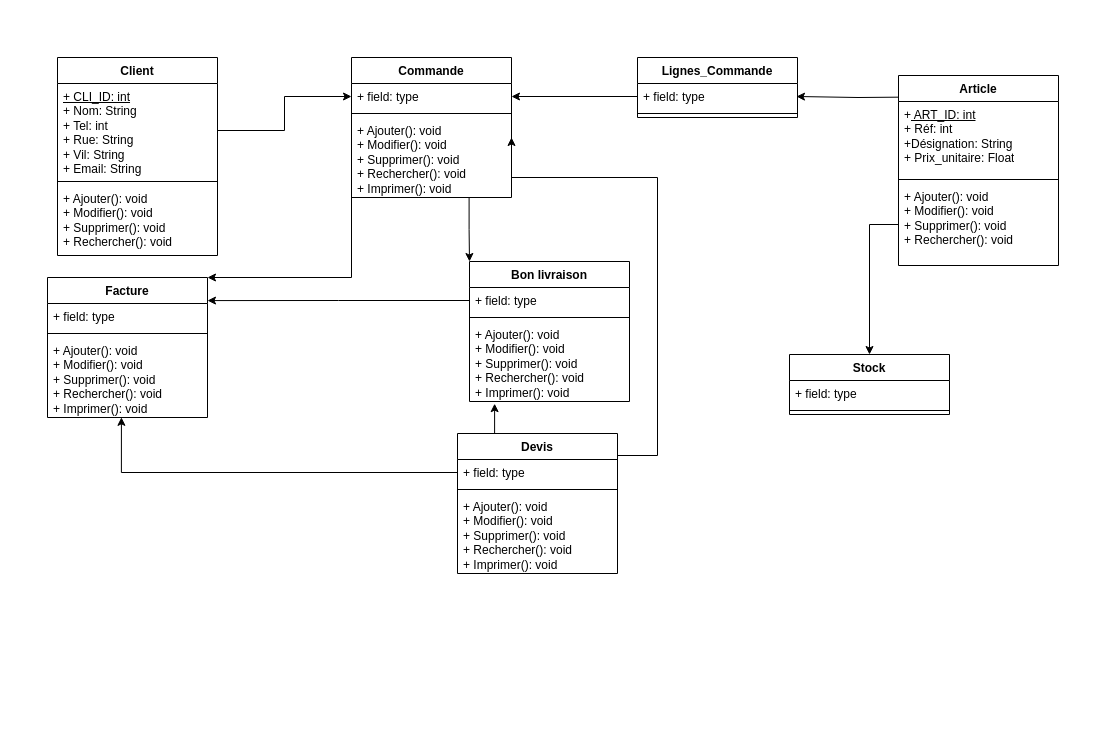
This is diagrammeclasseerp.drawio from labidimahdi/diagrams, a draw.io file, before an edit. Source tidied: cells renumbered, new cells numbered last; positions are measured from the earlier drawing's top-left corner, leaving out a move shared by most shapes. Both pictures are drawn from the tidied source at 100%, with x=0, y=0 at pixel (47, 57).
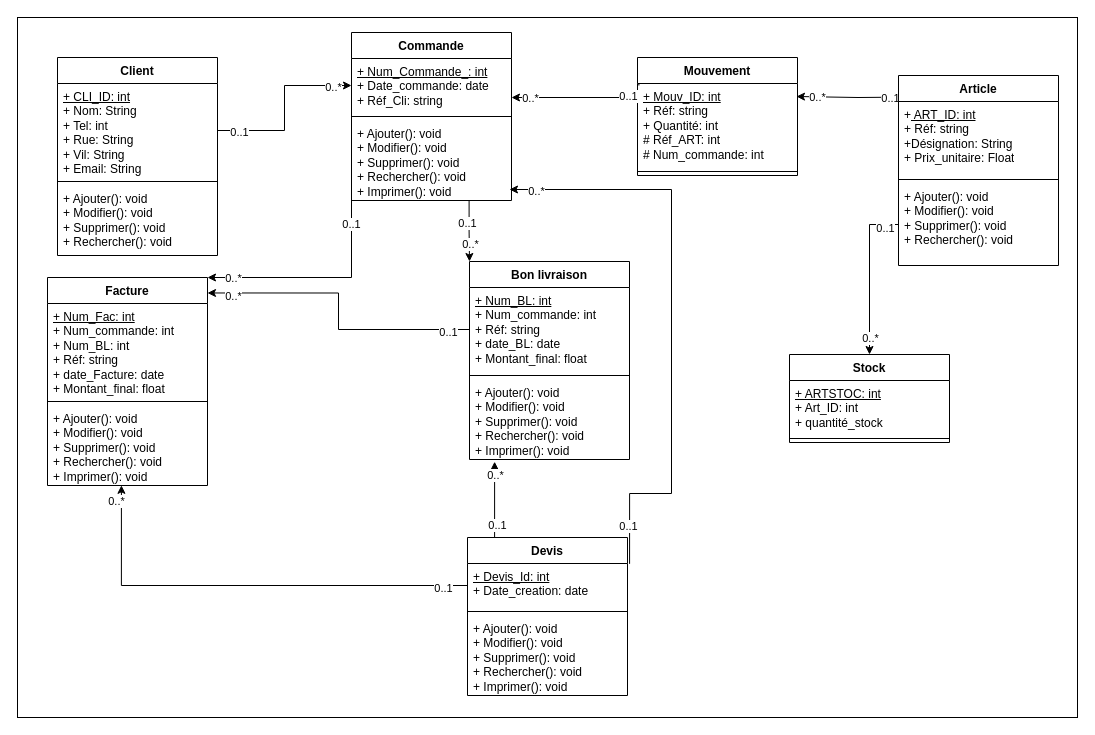
Above is the later version.

Commit message (it also covers changes not shown here):
Mettre à jour diagrammeclasseerp.drawio

Unchanged cells that the change refers to:
```xml
<mxCell id="6" style="edgeStyle=orthogonalEdgeStyle;rounded=0;jettySize=auto;html=1;exitX=0.735;exitY=0.995;exitDx=0;exitDy=0;entryX=0;entryY=0;entryDx=0;entryDy=0;exitPerimeter=0;" parent="1" edge="1" source="10" target="35">
  <mxGeometry relative="1" as="geometry" />
</mxCell>
<mxCell id="14" style="rounded=0;orthogonalLoop=1;jettySize=auto;html=1;exitX=0;exitY=0.25;exitDx=0;exitDy=0;entryX=1;entryY=0.5;entryDx=0;entryDy=0;edgeStyle=orthogonalEdgeStyle;" parent="1" edge="1">
  <mxGeometry relative="1" as="geometry">
    <mxPoint x="871" y="39.5" as="sourcePoint" />
    <mxPoint x="749" y="39" as="targetPoint" />
  </mxGeometry>
</mxCell>
<mxCell id="15" value="Article" style="swimlane;fontStyle=1;align=center;verticalAlign=top;horizontal=1;startSize=26;whiteSpace=wrap;html=1;" parent="1" vertex="1">
  <mxGeometry x="851" y="18" width="160" height="190" as="geometry" />
</mxCell>
<mxCell id="26" style="edgeStyle=orthogonalEdgeStyle;rounded=0;jettySize=auto;html=1;exitX=1;exitY=0.5;exitDx=0;exitDy=0;" parent="1" edge="1" source="3" target="8">
  <mxGeometry relative="1" as="geometry" />
</mxCell>
<mxCell id="28" style="edgeStyle=orthogonalEdgeStyle;rounded=0;jettySize=auto;html=1;exitX=0;exitY=0.5;exitDx=0;exitDy=0;entryX=0.5;entryY=0;entryDx=0;entryDy=0;" parent="1" edge="1" source="18" target="23">
  <mxGeometry relative="1" as="geometry" />
</mxCell>
<mxCell id="39" style="edgeStyle=orthogonalEdgeStyle;rounded=0;jettySize=auto;html=1;exitX=0;exitY=0.5;exitDx=0;exitDy=0;entryX=1;entryY=0;entryDx=0;entryDy=0;" parent="1" edge="1" source="10" target="19">
  <mxGeometry relative="1" as="geometry">
    <Array as="points">
      <mxPoint x="304" y="220" />
    </Array>
  </mxGeometry>
</mxCell>
<mxCell id="40" style="edgeStyle=orthogonalEdgeStyle;rounded=0;jettySize=auto;html=1;exitX=0;exitY=0.5;exitDx=0;exitDy=0;entryX=1;entryY=-0.112;entryDx=0;entryDy=0;entryPerimeter=0;" parent="1" edge="1" source="36" target="20">
  <mxGeometry relative="1" as="geometry" />
</mxCell>
<mxCell id="41" style="edgeStyle=orthogonalEdgeStyle;rounded=0;jettySize=auto;html=1;exitX=0;exitY=0.5;exitDx=0;exitDy=0;entryX=0.462;entryY=0.998;entryDx=0;entryDy=0;entryPerimeter=0;" parent="1" edge="1" source="32" target="22">
  <mxGeometry relative="1" as="geometry" />
</mxCell>
```

The edit, as a diff of the source:
```diff
@@
+    <mxCell id="42" style="rounded=0;whiteSpace=wrap;html=1;" parent="1" vertex="1">
+      <mxGeometry x="-30" y="-40" width="1060" height="700" as="geometry" />
+    </mxCell>
@@
+    <mxCell id="43" value="0..1" style="edgeLabel;html=1;align=center;verticalAlign=middle;" parent="6" vertex="1">
+      <mxGeometry x="-0.25" y="-2" relative="1" as="geometry" />
+    </mxCell>
+    <mxCell id="44" value="0..*" style="edgeLabel;html=1;align=center;verticalAlign=middle;" parent="6" vertex="1">
+      <mxGeometry x="0.42" relative="1" as="geometry" />
+    </mxCell>
     <mxCell id="7" value="Commande" style="swimlane;fontStyle=1;align=center;verticalAlign=top;horizontal=1;startSize=26;whiteSpace=wrap;html=1;" parent="1" vertex="1">
-      <mxGeometry x="304" width="160" height="140" as="geometry" />
+      <mxGeometry x="304" y="-25" width="160" height="168" as="geometry" />
     </mxCell>
-    <mxCell id="8" value="+ field: type" style="text;strokeColor=none;fillColor=none;align=left;verticalAlign=top;spacingLeft=4;spacingRight=4;overflow=hidden;points=[[0,0.5],[1,0.5]];portConstraint=eastwest;whiteSpace=wrap;html=1;" parent="7" vertex="1">
-      <mxGeometry y="26" width="160" height="26" as="geometry" />
+    <mxCell id="8" value="&lt;u&gt;+ Num_Commande_: int&lt;/u&gt;&lt;br&gt;+ Date_commande: date&lt;br&gt;+ Réf_Cli: string" style="text;strokeColor=none;fillColor=none;align=left;verticalAlign=top;spacingLeft=4;spacingRight=4;overflow=hidden;points=[[0,0.5],[1,0.5]];portConstraint=eastwest;whiteSpace=wrap;html=1;" parent="7" vertex="1">
+      <mxGeometry y="26" width="160" height="54" as="geometry" />
     </mxCell>
     <mxCell id="9" style="line;strokeWidth=1;fillColor=none;align=left;verticalAlign=middle;spacingTop=-1;spacingLeft=3;spacingRight=3;labelPosition=right;strokeColor=inherit;" parent="7" vertex="1">
-      <mxGeometry y="52" width="160" height="8" as="geometry" />
+      <mxGeometry y="80" width="160" height="8" as="geometry" />
     </mxCell>
     <mxCell id="10" value="+ Ajouter(): void&lt;br style=&quot;border-color: var(--border-color);&quot;&gt;+ Modifier(): void&lt;br style=&quot;border-color: var(--border-color);&quot;&gt;+ Supprimer(): void&lt;br style=&quot;border-color: var(--border-color);&quot;&gt;+ Rechercher(): void&lt;br style=&quot;border-color: var(--border-color);&quot;&gt;+ Imprimer(): void" style="text;strokeColor=none;fillColor=none;align=left;verticalAlign=top;spacingLeft=4;spacingRight=4;overflow=hidden;points=[[0,0.5],[1,0.5]];portConstraint=eastwest;whiteSpace=wrap;html=1;" parent="7" vertex="1">
-      <mxGeometry y="60" width="160" height="80" as="geometry" />
+      <mxGeometry y="88" width="160" height="80" as="geometry" />
     </mxCell>
-    <mxCell id="11" value="Lignes_Commande" style="swimlane;fontStyle=1;align=center;verticalAlign=top;horizontal=1;startSize=26;whiteSpace=wrap;html=1;" parent="1" vertex="1">
-      <mxGeometry x="590" width="160" height="60" as="geometry" />
+    <mxCell id="11" value="Mouvement" style="swimlane;fontStyle=1;align=center;verticalAlign=top;horizontal=1;startSize=26;whiteSpace=wrap;html=1;" parent="1" vertex="1">
+      <mxGeometry x="590" width="160" height="118" as="geometry" />
     </mxCell>
-    <mxCell id="12" value="+ field: type" style="text;strokeColor=none;fillColor=none;align=left;verticalAlign=top;spacingLeft=4;spacingRight=4;overflow=hidden;points=[[0,0.5],[1,0.5]];portConstraint=eastwest;whiteSpace=wrap;html=1;" parent="11" vertex="1">
-      <mxGeometry y="26" width="160" height="26" as="geometry" />
+    <mxCell id="12" value="&lt;u&gt;+ Mouv_ID: int&lt;/u&gt;&lt;br&gt;+ Réf: string&lt;br&gt;+ Quantité: int&lt;br&gt;# Réf_ART: int&amp;nbsp;&lt;br&gt;# Num_commande: int" style="text;strokeColor=none;fillColor=none;align=left;verticalAlign=top;spacingLeft=4;spacingRight=4;overflow=hidden;points=[[0,0.5],[1,0.5]];portConstraint=eastwest;whiteSpace=wrap;html=1;" parent="11" vertex="1">
+      <mxGeometry y="26" width="160" height="84" as="geometry" />
     </mxCell>
     <mxCell id="13" style="line;strokeWidth=1;fillColor=none;align=left;verticalAlign=middle;spacingTop=-1;spacingLeft=3;spacingRight=3;labelPosition=right;strokeColor=inherit;" parent="11" vertex="1">
-      <mxGeometry y="52" width="160" height="8" as="geometry" />
+      <mxGeometry y="110" width="160" height="8" as="geometry" />
     </mxCell>
@@
+    <mxCell id="45" value="0..*" style="edgeLabel;html=1;align=center;verticalAlign=middle;" parent="14" vertex="1">
+      <mxGeometry x="0.66" relative="1" as="geometry" />
+    </mxCell>
+    <mxCell id="46" value="0..1" style="edgeLabel;html=1;align=center;verticalAlign=middle;" parent="14" vertex="1">
+      <mxGeometry x="-0.52" y="1" relative="1" as="geometry" />
+    </mxCell>
@@
-    <mxCell id="16" value="+&lt;u&gt; ART_ID: int&lt;br&gt;&lt;/u&gt;+ Réf: int&lt;br&gt;+Désignation: String&lt;br&gt;+ Prix_unitaire: Float" style="text;strokeColor=none;fillColor=none;align=left;verticalAlign=top;spacingLeft=4;spacingRight=4;overflow=hidden;whiteSpace=wrap;html=1;" parent="15" vertex="1">
+    <mxCell id="16" value="+&lt;u&gt; ART_ID: int&lt;br&gt;&lt;/u&gt;+ Réf: string&lt;br&gt;+Désignation: String&lt;br&gt;+ Prix_unitaire: Float" style="text;strokeColor=none;fillColor=none;align=left;verticalAlign=top;spacingLeft=4;spacingRight=4;overflow=hidden;whiteSpace=wrap;html=1;" parent="15" vertex="1">
       <mxGeometry y="26" width="160" height="74" as="geometry" />
     </mxCell>
@@
     <mxCell id="19" value="Facture" style="swimlane;fontStyle=1;align=center;verticalAlign=top;horizontal=1;startSize=26;whiteSpace=wrap;html=1;" parent="1" vertex="1">
-      <mxGeometry y="220" width="160" height="140" as="geometry" />
+      <mxGeometry y="220" width="160" height="208" as="geometry" />
     </mxCell>
-    <mxCell id="20" value="+ field: type" style="text;strokeColor=none;fillColor=none;align=left;verticalAlign=top;spacingLeft=4;spacingRight=4;overflow=hidden;points=[[0,0.5],[1,0.5]];portConstraint=eastwest;whiteSpace=wrap;html=1;" parent="19" vertex="1">
-      <mxGeometry y="26" width="160" height="26" as="geometry" />
+    <mxCell id="20" value="&lt;u style=&quot;border-color: var(--border-color);&quot;&gt;+ Num_Fac: int&lt;/u&gt;&lt;br style=&quot;border-color: var(--border-color);&quot;&gt;+ Num_commande: int&lt;br&gt;+ Num_BL: int&lt;br style=&quot;border-color: var(--border-color);&quot;&gt;+ Réf: string&lt;br style=&quot;border-color: var(--border-color);&quot;&gt;+ date_Facture: date&lt;br style=&quot;border-color: var(--border-color);&quot;&gt;+ Montant_final: float" style="text;strokeColor=none;fillColor=none;align=left;verticalAlign=top;spacingLeft=4;spacingRight=4;overflow=hidden;points=[[0,0.5],[1,0.5]];portConstraint=eastwest;whiteSpace=wrap;html=1;" parent="19" vertex="1">
+      <mxGeometry y="26" width="160" height="94" as="geometry" />
     </mxCell>
     <mxCell id="21" style="line;strokeWidth=1;fillColor=none;align=left;verticalAlign=middle;spacingTop=-1;spacingLeft=3;spacingRight=3;labelPosition=right;strokeColor=inherit;" parent="19" vertex="1">
-      <mxGeometry y="52" width="160" height="8" as="geometry" />
+      <mxGeometry y="120" width="160" height="8" as="geometry" />
     </mxCell>
     <mxCell id="22" value="+ Ajouter(): void&lt;br style=&quot;border-color: var(--border-color);&quot;&gt;+ Modifier(): void&lt;br style=&quot;border-color: var(--border-color);&quot;&gt;+ Supprimer(): void&lt;br style=&quot;border-color: var(--border-color);&quot;&gt;+ Rechercher(): void&lt;br style=&quot;border-color: var(--border-color);&quot;&gt;+ Imprimer(): void" style="text;strokeColor=none;fillColor=none;align=left;verticalAlign=top;spacingLeft=4;spacingRight=4;overflow=hidden;points=[[0,0.5],[1,0.5]];portConstraint=eastwest;whiteSpace=wrap;html=1;" parent="19" vertex="1">
-      <mxGeometry y="60" width="160" height="80" as="geometry" />
+      <mxGeometry y="128" width="160" height="80" as="geometry" />
     </mxCell>
     <mxCell id="23" value="Stock" style="swimlane;fontStyle=1;align=center;verticalAlign=top;horizontal=1;startSize=26;whiteSpace=wrap;html=1;" parent="1" vertex="1">
-      <mxGeometry x="742" y="297" width="160" height="60" as="geometry" />
+      <mxGeometry x="742" y="297" width="160" height="88" as="geometry" />
     </mxCell>
-    <mxCell id="24" value="+ field: type" style="text;strokeColor=none;fillColor=none;align=left;verticalAlign=top;spacingLeft=4;spacingRight=4;overflow=hidden;whiteSpace=wrap;html=1;" parent="23" vertex="1">
-      <mxGeometry y="26" width="160" height="26" as="geometry" />
+    <mxCell id="24" value="&lt;u&gt;+ ARTSTOC: int&lt;/u&gt;&lt;br&gt;+ Art_ID: int&lt;br&gt;+ quantité_stock" style="text;strokeColor=none;fillColor=none;align=left;verticalAlign=top;spacingLeft=4;spacingRight=4;overflow=hidden;whiteSpace=wrap;html=1;" parent="23" vertex="1">
+      <mxGeometry y="26" width="160" height="54" as="geometry" />
     </mxCell>
     <mxCell id="25" style="line;strokeWidth=1;fillColor=none;align=left;verticalAlign=middle;spacingTop=-1;spacingLeft=3;spacingRight=3;labelPosition=right;strokeColor=inherit;" parent="23" vertex="1">
-      <mxGeometry y="52" width="160" height="8" as="geometry" />
+      <mxGeometry y="80" width="160" height="8" as="geometry" />
     </mxCell>
@@
+    <mxCell id="47" value="0..1" style="edgeLabel;html=1;align=center;verticalAlign=middle;" parent="26" vertex="1">
+      <mxGeometry x="-0.77" y="-1" relative="1" as="geometry" />
+    </mxCell>
+    <mxCell id="48" value="0..*" style="edgeLabel;html=1;align=center;verticalAlign=middle;" parent="26" vertex="1">
+      <mxGeometry x="0.79" y="-1" relative="1" as="geometry" />
+    </mxCell>
-    <mxCell id="27" style="edgeStyle=orthogonalEdgeStyle;rounded=0;jettySize=auto;html=1;exitX=0;exitY=0.5;exitDx=0;exitDy=0;" parent="1" edge="1" source="12" target="8">
-      <mxGeometry relative="1" as="geometry" />
+    <mxCell id="27" style="edgeStyle=orthogonalEdgeStyle;rounded=0;jettySize=auto;html=1;exitX=0.013;exitY=0.016;exitDx=0;exitDy=0;exitPerimeter=0;" parent="1" edge="1" source="12" target="8">
+      <mxGeometry relative="1" as="geometry">
+        <Array as="points">
+          <mxPoint x="590" y="27" />
+          <mxPoint x="590" y="40" />
+        </Array>
+      </mxGeometry>
     </mxCell>
+    <mxCell id="49" value="0..*&lt;br&gt;" style="edgeLabel;html=1;align=center;verticalAlign=middle;" parent="27" vertex="1">
+      <mxGeometry x="0.73" relative="1" as="geometry" />
+    </mxCell>
+    <mxCell id="50" value="0..1" style="edgeLabel;html=1;align=center;verticalAlign=middle;" parent="27" vertex="1">
+      <mxGeometry x="-0.66" y="-2" relative="1" as="geometry" />
+    </mxCell>
@@
+    <mxCell id="51" value="0..1" style="edgeLabel;html=1;align=center;verticalAlign=middle;" parent="28" vertex="1">
+      <mxGeometry x="-0.82" y="3" relative="1" as="geometry" />
+    </mxCell>
+    <mxCell id="52" value="0..*" style="edgeLabel;html=1;align=center;verticalAlign=middle;" parent="28" vertex="1">
+      <mxGeometry x="0.78" relative="1" as="geometry" />
+    </mxCell>
     <mxCell id="29" style="edgeStyle=orthogonalEdgeStyle;rounded=0;jettySize=auto;html=1;exitX=0.25;exitY=0;exitDx=0;exitDy=0;entryX=0.157;entryY=1.027;entryDx=0;entryDy=0;entryPerimeter=0;" parent="1" edge="1" source="31" target="38">
       <mxGeometry relative="1" as="geometry">
         <Array as="points">
-          <mxPoint x="447" y="376" />
+          <mxPoint x="447" y="480" />
         </Array>
       </mxGeometry>
     </mxCell>
+    <mxCell id="53" value="0..1" style="edgeLabel;html=1;align=center;verticalAlign=middle;" parent="29" vertex="1">
+      <mxGeometry x="-0.44" y="-2" relative="1" as="geometry" />
+    </mxCell>
+    <mxCell id="54" value="0..*" style="edgeLabel;html=1;align=center;verticalAlign=middle;" parent="29" vertex="1">
+      <mxGeometry x="0.7" relative="1" as="geometry" />
+    </mxCell>
-    <mxCell id="30" style="edgeStyle=orthogonalEdgeStyle;rounded=0;jettySize=auto;html=1;exitX=1;exitY=0.25;exitDx=0;exitDy=0;" parent="1" edge="1" source="31">
+    <mxCell id="30" style="edgeStyle=orthogonalEdgeStyle;rounded=0;jettySize=auto;html=1;entryX=0.975;entryY=0.55;entryDx=0;entryDy=0;entryPerimeter=0;exitX=1.013;exitY=0.008;exitDx=0;exitDy=0;exitPerimeter=0;" parent="1" edge="1" source="32">
       <mxGeometry relative="1" as="geometry">
-        <mxPoint x="464" y="80" as="targetPoint" />
+        <mxPoint x="462" y="132" as="targetPoint" />
         <Array as="points">
-          <mxPoint x="610" y="398" />
-          <mxPoint x="610" y="120" />
-          <mxPoint x="464" y="120" />
+          <mxPoint x="624" y="436" />
+          <mxPoint x="624" y="132" />
         </Array>
       </mxGeometry>
     </mxCell>
+    <mxCell id="55" value="0..1" style="edgeLabel;html=1;align=center;verticalAlign=middle;" parent="30" vertex="1">
+      <mxGeometry x="-0.87" y="2" relative="1" as="geometry" />
+    </mxCell>
+    <mxCell id="56" value="0..*" style="edgeLabel;html=1;align=center;verticalAlign=middle;" parent="30" vertex="1">
+      <mxGeometry x="0.91" y="1" relative="1" as="geometry" />
+    </mxCell>
     <mxCell id="31" value="Devis" style="swimlane;fontStyle=1;align=center;verticalAlign=top;horizontal=1;startSize=26;whiteSpace=wrap;html=1;" parent="1" vertex="1">
-      <mxGeometry x="410" y="376" width="160" height="140" as="geometry" />
+      <mxGeometry x="420" y="480" width="160" height="158" as="geometry" />
     </mxCell>
-    <mxCell id="32" value="+ field: type" style="text;strokeColor=none;fillColor=none;align=left;verticalAlign=top;spacingLeft=4;spacingRight=4;overflow=hidden;points=[[0,0.5],[1,0.5]];portConstraint=eastwest;whiteSpace=wrap;html=1;" parent="31" vertex="1">
-      <mxGeometry y="26" width="160" height="26" as="geometry" />
+    <mxCell id="32" value="&lt;u&gt;+ Devis_Id: int&lt;/u&gt;&lt;br&gt;+ Date_creation: date" style="text;strokeColor=none;fillColor=none;align=left;verticalAlign=top;spacingLeft=4;spacingRight=4;overflow=hidden;points=[[0,0.5],[1,0.5]];portConstraint=eastwest;whiteSpace=wrap;html=1;" parent="31" vertex="1">
+      <mxGeometry y="26" width="160" height="44" as="geometry" />
     </mxCell>
     <mxCell id="33" style="line;strokeWidth=1;fillColor=none;align=left;verticalAlign=middle;spacingTop=-1;spacingLeft=3;spacingRight=3;labelPosition=right;strokeColor=inherit;" parent="31" vertex="1">
-      <mxGeometry y="52" width="160" height="8" as="geometry" />
+      <mxGeometry y="70" width="160" height="8" as="geometry" />
     </mxCell>
     <mxCell id="34" value="+ Ajouter(): void&lt;br style=&quot;border-color: var(--border-color);&quot;&gt;+ Modifier(): void&lt;br style=&quot;border-color: var(--border-color);&quot;&gt;+ Supprimer(): void&lt;br style=&quot;border-color: var(--border-color);&quot;&gt;+ Rechercher(): void&lt;br&gt;+ Imprimer(): void" style="text;strokeColor=none;fillColor=none;align=left;verticalAlign=top;spacingLeft=4;spacingRight=4;overflow=hidden;whiteSpace=wrap;html=1;" parent="31" vertex="1">
-      <mxGeometry y="60" width="160" height="80" as="geometry" />
+      <mxGeometry y="78" width="160" height="80" as="geometry" />
     </mxCell>
     <mxCell id="35" value="Bon livraison" style="swimlane;fontStyle=1;align=center;verticalAlign=top;horizontal=1;startSize=26;whiteSpace=wrap;html=1;" parent="1" vertex="1">
-      <mxGeometry x="422" y="204" width="160" height="140" as="geometry" />
+      <mxGeometry x="422" y="204" width="160" height="198" as="geometry" />
     </mxCell>
-    <mxCell id="36" value="+ field: type" style="text;strokeColor=none;fillColor=none;align=left;verticalAlign=top;spacingLeft=4;spacingRight=4;overflow=hidden;points=[[0,0.5],[1,0.5]];portConstraint=eastwest;whiteSpace=wrap;html=1;" parent="35" vertex="1">
-      <mxGeometry y="26" width="160" height="26" as="geometry" />
+    <mxCell id="36" value="&lt;u&gt;+ Num_BL: int&lt;/u&gt;&lt;br&gt;+ Num_commande: int&lt;br&gt;+ Réf: string&lt;br&gt;+ date_BL: date&lt;br&gt;+ Montant_final: float" style="text;strokeColor=none;fillColor=none;align=left;verticalAlign=top;spacingLeft=4;spacingRight=4;overflow=hidden;points=[[0,0.5],[1,0.5]];portConstraint=eastwest;whiteSpace=wrap;html=1;" parent="35" vertex="1">
+      <mxGeometry y="26" width="160" height="84" as="geometry" />
     </mxCell>
     <mxCell id="37" style="line;strokeWidth=1;fillColor=none;align=left;verticalAlign=middle;spacingTop=-1;spacingLeft=3;spacingRight=3;labelPosition=right;strokeColor=inherit;" parent="35" vertex="1">
-      <mxGeometry y="52" width="160" height="8" as="geometry" />
+      <mxGeometry y="110" width="160" height="8" as="geometry" />
     </mxCell>
     <mxCell id="38" value="+ Ajouter(): void&lt;br style=&quot;border-color: var(--border-color);&quot;&gt;+ Modifier(): void&lt;br style=&quot;border-color: var(--border-color);&quot;&gt;+ Supprimer(): void&lt;br style=&quot;border-color: var(--border-color);&quot;&gt;+ Rechercher(): void&lt;br style=&quot;border-color: var(--border-color);&quot;&gt;+ Imprimer(): void" style="text;strokeColor=none;fillColor=none;align=left;verticalAlign=top;spacingLeft=4;spacingRight=4;overflow=hidden;points=[[0,0.5],[1,0.5]];portConstraint=eastwest;whiteSpace=wrap;html=1;" parent="35" vertex="1">
-      <mxGeometry y="60" width="160" height="80" as="geometry" />
+      <mxGeometry y="118" width="160" height="80" as="geometry" />
     </mxCell>
@@
+    <mxCell id="57" value="0..1" style="edgeLabel;html=1;align=center;verticalAlign=middle;" parent="39" vertex="1">
+      <mxGeometry x="-0.52" y="-1" relative="1" as="geometry" />
+    </mxCell>
+    <mxCell id="58" value="0..*" style="edgeLabel;html=1;align=center;verticalAlign=middle;" parent="39" vertex="1">
+      <mxGeometry x="0.81" relative="1" as="geometry" />
+    </mxCell>
@@
+    <mxCell id="59" value="0..*" style="edgeLabel;html=1;align=center;verticalAlign=middle;" parent="40" vertex="1">
+      <mxGeometry x="0.83" y="3" relative="1" as="geometry" />
+    </mxCell>
+    <mxCell id="60" value="0..1" style="edgeLabel;html=1;align=center;verticalAlign=middle;" parent="40" vertex="1">
+      <mxGeometry x="-0.85" y="2" relative="1" as="geometry" />
+    </mxCell>
@@
+    <mxCell id="61" value="0..1" style="edgeLabel;html=1;align=center;verticalAlign=middle;" parent="41" vertex="1">
+      <mxGeometry x="-0.89" y="2" relative="1" as="geometry" />
+    </mxCell>
+    <mxCell id="62" value="0..*" style="edgeLabel;html=1;align=center;verticalAlign=middle;" parent="41" vertex="1">
+      <mxGeometry x="0.93" y="5" relative="1" as="geometry" />
+    </mxCell>
```
